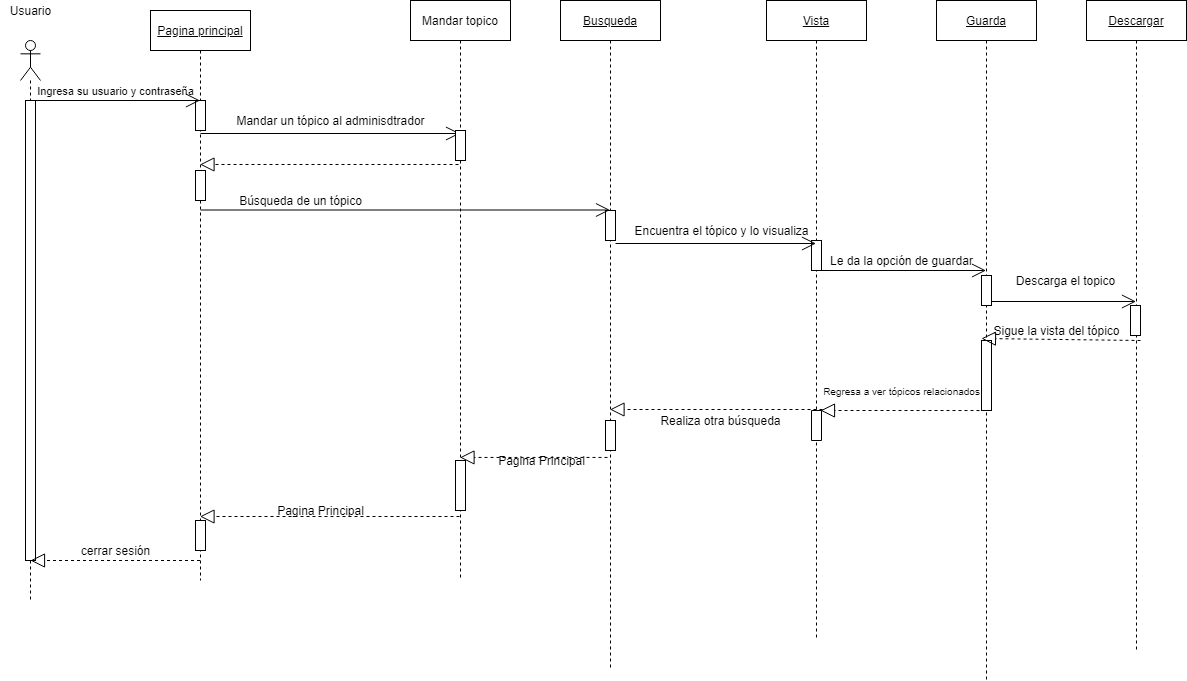
Earlier version of the draw.io export Diagramas/Diagramadesecuencausuario.drawio.png (vanessamRodriguez/Analisis-Avanzado-de-Software). Source tidied: cells renumbered, new cells last; positions are measured from the earlier drawing's top-left corner, leaving out a move shared by most shapes.
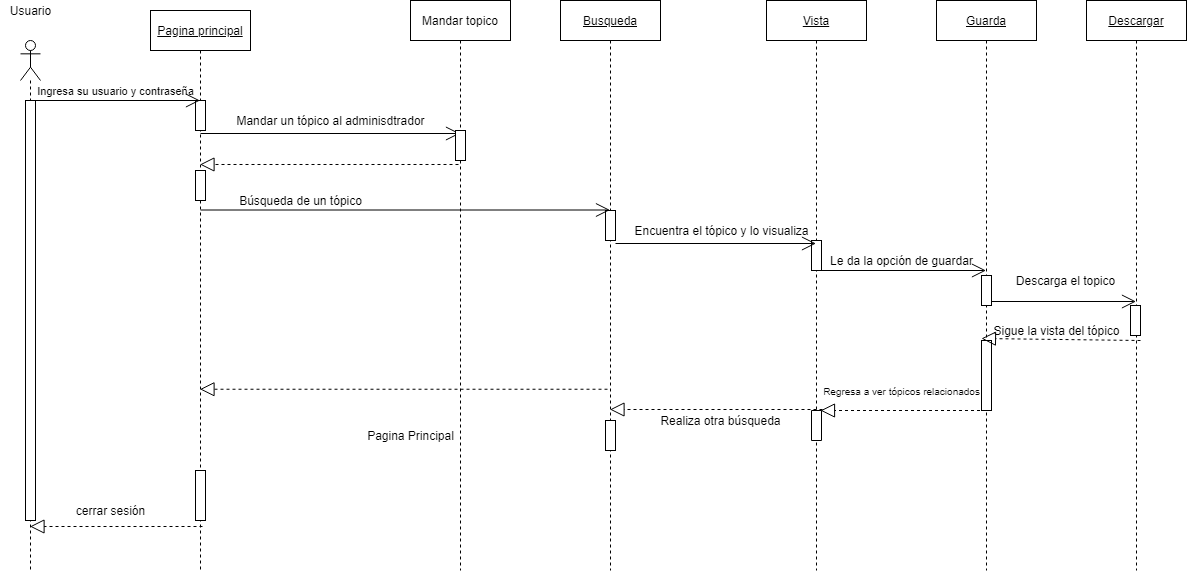
The same diagram one commit later.

Change to the diagram source:
```diff
@@ -3,7 +3,7 @@
     <mxCell id="0" />
     <mxCell id="1" parent="0" />
     <mxCell id="2" value="&lt;u&gt;Pagina principal&lt;/u&gt;" style="shape=umlLifeline;perimeter=lifelinePerimeter;whiteSpace=wrap;html=1;outlineConnect=0;" parent="1" vertex="1">
-      <mxGeometry x="150" y="10" width="100" height="570" as="geometry" />
+      <mxGeometry x="150" y="10" width="100" height="560" as="geometry" />
     </mxCell>
     <mxCell id="3" style="html=1;perimeter=orthogonalPerimeter;" parent="2" vertex="1">
       <mxGeometry x="45" y="90" width="10" height="30" as="geometry" />
@@ -13,14 +13,14 @@
         <mxPoint x="50" y="123" as="sourcePoint" />
       </mxGeometry>
     </mxCell>
-    <mxCell id="5" style="html=1;perimeter=orthogonalPerimeter;" parent="2" vertex="1">
-      <mxGeometry x="45" y="510" width="10" height="30" as="geometry" />
-    </mxCell>
     <mxCell id="6" style="html=1;perimeter=orthogonalPerimeter;" parent="2" vertex="1">
       <mxGeometry x="45" y="160" width="10" height="30" as="geometry" />
     </mxCell>
+    <mxCell id="35" style="html=1;points=[];perimeter=orthogonalPerimeter;" parent="2" vertex="1">
+      <mxGeometry x="45" y="460" width="10" height="50" as="geometry" />
+    </mxCell>
     <mxCell id="7" style="shape=umlLifeline;participant=umlActor;perimeter=lifelinePerimeter;whiteSpace=wrap;html=1;verticalAlign=top;spacingTop=36;outlineConnect=0;" parent="1" vertex="1">
-      <mxGeometry x="20" y="40" width="20" height="560" as="geometry" />
+      <mxGeometry x="20" y="40" width="20" height="530" as="geometry" />
     </mxCell>
     <mxCell id="8" style="endArrow=open;endFill=1;endSize=12;html=1;" parent="7" edge="1" target="2">
       <mxGeometry relative="1" as="geometry">
@@ -28,7 +28,7 @@
       </mxGeometry>
     </mxCell>
     <mxCell id="9" style="html=1;perimeter=orthogonalPerimeter;" parent="7" vertex="1">
-      <mxGeometry x="5" y="60" width="10" height="460" as="geometry" />
+      <mxGeometry x="5" y="60" width="10" height="420" as="geometry" />
     </mxCell>
     <mxCell id="10" value="Usuario" style="text;html=1;align=center;verticalAlign=middle;strokeColor=none;" parent="1" vertex="1">
       <mxGeometry width="60" height="20" as="geometry" />
@@ -37,7 +37,7 @@
       <mxGeometry x="30" y="80" width="170" height="20" as="geometry" />
     </mxCell>
     <mxCell id="12" value="&lt;u&gt;Busqueda&lt;/u&gt;" style="shape=umlLifeline;perimeter=lifelinePerimeter;whiteSpace=wrap;html=1;outlineConnect=0;" parent="1" vertex="1">
-      <mxGeometry x="560" width="100" height="670" as="geometry" />
+      <mxGeometry x="560" width="100" height="570" as="geometry" />
     </mxCell>
     <mxCell id="13" style="html=1;points=[];perimeter=orthogonalPerimeter;" parent="12" vertex="1">
       <mxGeometry x="45" y="210" width="10" height="30" as="geometry" />
@@ -46,7 +46,7 @@
       <mxGeometry x="45" y="420" width="10" height="30" as="geometry" />
     </mxCell>
     <mxCell id="15" value="&lt;u&gt;Vista&lt;/u&gt;" style="shape=umlLifeline;perimeter=lifelinePerimeter;whiteSpace=wrap;html=1;outlineConnect=0;" parent="1" vertex="1">
-      <mxGeometry x="766" width="100" height="640" as="geometry" />
+      <mxGeometry x="766" width="100" height="570" as="geometry" />
     </mxCell>
     <mxCell id="16" style="html=1;perimeter=orthogonalPerimeter;" parent="15" vertex="1">
       <mxGeometry x="45" y="240" width="10" height="30" as="geometry" />
@@ -55,7 +55,7 @@
       <mxGeometry x="45" y="410" width="10" height="30" as="geometry" />
     </mxCell>
     <mxCell id="18" value="&lt;u&gt;Guarda&lt;/u&gt;" style="shape=umlLifeline;perimeter=lifelinePerimeter;whiteSpace=wrap;html=1;outlineConnect=0;" parent="1" vertex="1">
-      <mxGeometry x="936" width="100" height="680" as="geometry" />
+      <mxGeometry x="936" width="100" height="570" as="geometry" />
     </mxCell>
     <mxCell id="19" style="html=1;points=[];perimeter=orthogonalPerimeter;" parent="18" vertex="1">
       <mxGeometry x="45" y="275" width="10" height="30" as="geometry" />
@@ -79,13 +79,13 @@
       <mxGeometry x="650" y="410" width="140" height="20" as="geometry" />
     </mxCell>
     <mxCell id="26" value="Pagina Principal" style="text;html=1;align=center;verticalAlign=middle;strokeColor=none;" parent="1" vertex="1">
-      <mxGeometry x="491" y="450" width="100" height="20" as="geometry" />
+      <mxGeometry x="360" y="425" width="100" height="20" as="geometry" />
     </mxCell>
     <mxCell id="27" value="cerrar sesión" style="text;html=1;align=center;verticalAlign=middle;strokeColor=none;" parent="1" vertex="1">
-      <mxGeometry x="75" y="540" width="80" height="20" as="geometry" />
+      <mxGeometry x="70" y="500" width="80" height="20" as="geometry" />
     </mxCell>
     <mxCell id="28" value="&lt;u&gt;Descargar&lt;/u&gt;" style="shape=umlLifeline;perimeter=lifelinePerimeter;whiteSpace=wrap;html=1;outlineConnect=0;" parent="1" vertex="1">
-      <mxGeometry x="1086" width="100" height="650" as="geometry" />
+      <mxGeometry x="1086" width="100" height="570" as="geometry" />
     </mxCell>
     <mxCell id="29" style="html=1;points=[];perimeter=orthogonalPerimeter;" parent="28" vertex="1">
       <mxGeometry x="44" y="305" width="10" height="30" as="geometry" />
@@ -100,14 +100,11 @@
       <mxGeometry x="986" y="320" width="140" height="20" as="geometry" />
     </mxCell>
     <mxCell id="33" value="Mandar topico" style="shape=umlLifeline;perimeter=lifelinePerimeter;whiteSpace=wrap;html=1;outlineConnect=0;" parent="1" vertex="1">
-      <mxGeometry x="410" width="100" height="580" as="geometry" />
+      <mxGeometry x="410" width="100" height="570" as="geometry" />
     </mxCell>
     <mxCell id="34" style="html=1;points=[];perimeter=orthogonalPerimeter;" parent="33" vertex="1">
       <mxGeometry x="45" y="130" width="10" height="30" as="geometry" />
     </mxCell>
-    <mxCell id="35" style="html=1;points=[];perimeter=orthogonalPerimeter;" parent="33" vertex="1">
-      <mxGeometry x="45" y="460" width="10" height="50" as="geometry" />
-    </mxCell>
     <mxCell id="36" style="endArrow=open;endFill=1;endSize=12;html=1;" parent="1" edge="1" target="12">
       <mxGeometry relative="1" as="geometry">
         <mxPoint x="200" y="209.5" as="sourcePoint" />
@@ -119,9 +116,6 @@
     <mxCell id="38" style="endArrow=open;endFill=1;endSize=12;html=1;exitX=1;exitY=1.1;exitDx=0;exitDy=0;exitPerimeter=0;" parent="1" edge="1" source="13" target="15">
       <mxGeometry relative="1" as="geometry" />
     </mxCell>
-    <mxCell id="39" value="Pagina Principal" style="text;html=1;align=center;verticalAlign=middle;strokeColor=none;" parent="1" vertex="1">
-      <mxGeometry x="270" y="500" width="100" height="20" as="geometry" />
-    </mxCell>
     <mxCell id="40" style="endArrow=open;endFill=1;endSize=12;html=1;" parent="1" edge="1" target="18">
       <mxGeometry relative="1" as="geometry">
         <mxPoint x="821" y="270" as="sourcePoint" />
@@ -130,21 +124,16 @@
     <mxCell id="41" style="endArrow=block;dashed=1;endFill=0;endSize=12;html=1;exitX=0.3;exitY=1.133;exitDx=0;exitDy=0;exitPerimeter=0;" parent="1" edge="1" source="34" target="2">
       <mxGeometry relative="1" as="geometry" />
     </mxCell>
-    <mxCell id="42" style="endArrow=block;dashed=1;endFill=0;endSize=12;html=1;exitX=0.4;exitY=1.12;exitDx=0;exitDy=0;exitPerimeter=0;" parent="1" edge="1" source="35" target="2">
-      <mxGeometry relative="1" as="geometry" />
-    </mxCell>
-    <mxCell id="43" style="endArrow=block;dashed=1;endFill=0;endSize=12;html=1;" parent="1" edge="1" source="2">
-      <mxGeometry relative="1" as="geometry">
-        <mxPoint x="30" y="560" as="targetPoint" />
-      </mxGeometry>
+    <mxCell id="43" style="endArrow=block;dashed=1;endFill=0;endSize=12;html=1;exitX=0.7;exitY=1.12;exitDx=0;exitDy=0;exitPerimeter=0;" parent="1" edge="1" source="35" target="7">
+      <mxGeometry relative="1" as="geometry" />
     </mxCell>
-    <mxCell id="44" style="endArrow=block;dashed=1;endFill=0;endSize=12;html=1;exitX=0.47;exitY=0.682;exitDx=0;exitDy=0;exitPerimeter=0;" parent="1" edge="1" source="12" target="33">
+    <mxCell id="44" style="endArrow=block;dashed=1;endFill=0;endSize=12;html=1;exitX=0.47;exitY=0.682;exitDx=0;exitDy=0;exitPerimeter=0;" parent="1" edge="1" source="12" target="2">
       <mxGeometry relative="1" as="geometry" />
     </mxCell>
     <mxCell id="45" style="endArrow=block;dashed=1;endFill=0;endSize=12;html=1;exitX=-0.1;exitY=1.033;exitDx=0;exitDy=0;exitPerimeter=0;" parent="1" edge="1" source="17" target="12">
       <mxGeometry relative="1" as="geometry" />
     </mxCell>
-    <mxCell id="46" style="endArrow=block;dashed=1;endFill=0;endSize=12;html=1;exitX=0.49;exitY=0.603;exitDx=0;exitDy=0;exitPerimeter=0;" parent="1" edge="1" source="18">
+    <mxCell id="46" style="endArrow=block;dashed=1;endFill=0;endSize=12;html=1;" parent="1" edge="1" source="18">
       <mxGeometry relative="1" as="geometry">
         <mxPoint x="820" y="410" as="targetPoint" />
       </mxGeometry>
```
